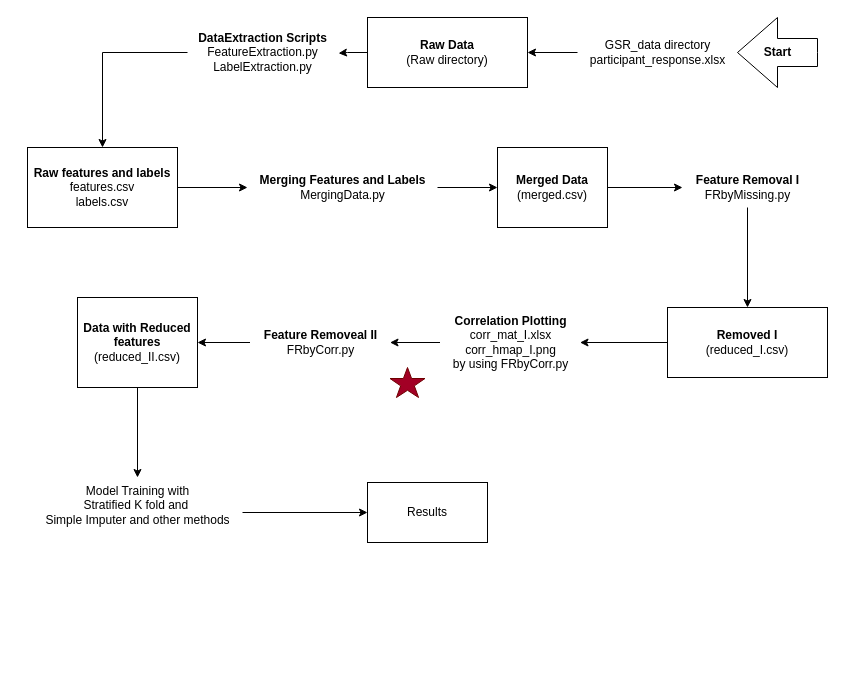
Earlier version of the draw.io diagram ViewPipeline/pipeline.drawio (vickvey/Project-PPG). Source tidied: cells renumbered, new cells numbered last; positions are measured from the earlier drawing's top-left corner, leaving out a move shared by most shapes. Both pictures are drawn from the tidied source at 100%, with x=0, y=0 at pixel (27, 17).
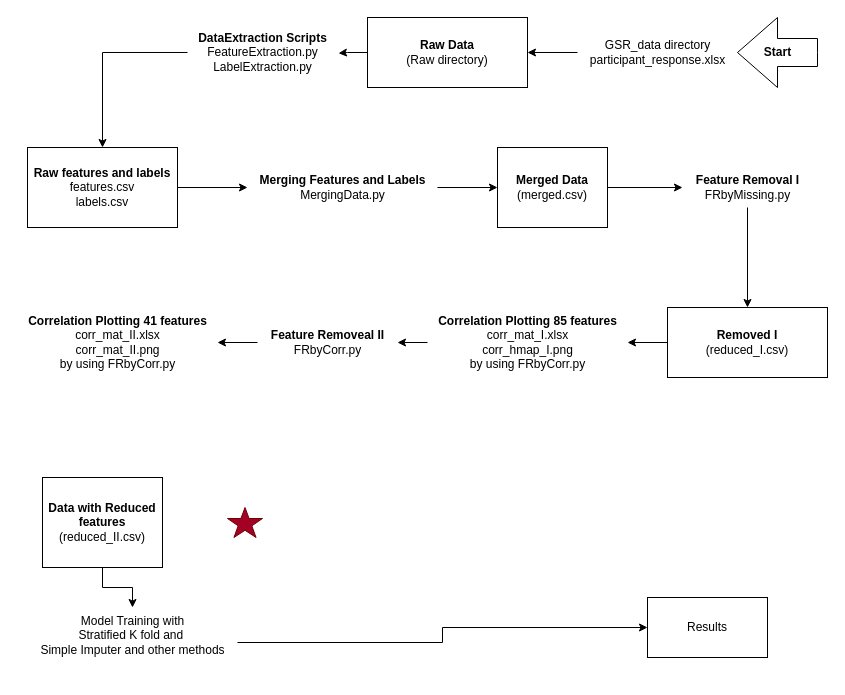
After the change.

Commit message (it also covers changes not shown here):
changed FRbyCorr.py to add afterplots for 41 features corr_mat_II.png etc.

The edit, as a diff of the source:
```diff
@@
-    <mxCell id="18" style="edgeStyle=orthogonalEdgeStyle;rounded=0;jettySize=auto;html=1;entryX=1;entryY=0.5;entryDx=0;entryDy=0;" parent="1" edge="1" source="19" target="21">
-      <mxGeometry relative="1" as="geometry" />
-    </mxCell>
+    <mxCell id="29" style="edgeStyle=orthogonalEdgeStyle;rounded=0;jettySize=auto;html=1;" parent="1" edge="1" source="19" target="30">
+      <mxGeometry relative="1" as="geometry" />
+    </mxCell>
     <mxCell id="19" value="&lt;b&gt;Feature Removeal II&lt;/b&gt;&lt;div&gt;FRbyCorr.py&lt;/div&gt;" style="text;html=1;align=center;verticalAlign=middle;points=[];strokeColor=none;fillColor=none;" parent="1" vertex="1">
-      <mxGeometry x="222.5" y="305" width="140" height="40" as="geometry" />
+      <mxGeometry x="230" y="305" width="140" height="40" as="geometry" />
     </mxCell>
@@
     <mxCell id="21" value="&lt;b&gt;Data with Reduced features&lt;/b&gt;&lt;div&gt;(reduced_II.csv)&lt;/div&gt;" style="whiteSpace=wrap;html=1;" parent="1" vertex="1">
-      <mxGeometry x="50" y="280" width="120" height="90" as="geometry" />
+      <mxGeometry x="15" y="460" width="120" height="90" as="geometry" />
     </mxCell>
@@
     <mxCell id="23" value="Model Training with&lt;div&gt;Stratified K fold and&amp;nbsp;&lt;/div&gt;&lt;div&gt;Simple Imputer and other methods&lt;/div&gt;&lt;div&gt;&lt;br&gt;&lt;/div&gt;" style="text;html=1;align=center;verticalAlign=middle;points=[];strokeColor=none;fillColor=none;" parent="1" vertex="1">
-      <mxGeometry x="5" y="460" width="210" height="70" as="geometry" />
+      <mxGeometry y="590" width="210" height="70" as="geometry" />
     </mxCell>
     <mxCell id="24" value="Results" style="whiteSpace=wrap;html=1;" parent="1" vertex="1">
-      <mxGeometry x="340" y="465" width="120" height="60" as="geometry" />
+      <mxGeometry x="620" y="580" width="120" height="60" as="geometry" />
     </mxCell>
@@
     <mxCell id="26" style="verticalLabelPosition=bottom;verticalAlign=top;html=1;shape=mxgraph.basic.star;fillColor=#a20025;fontColor=#ffffff;strokeColor=#6F0000;" parent="1" vertex="1">
-      <mxGeometry x="362.5" y="350" width="35" height="30" as="geometry" />
+      <mxGeometry x="200" y="490" width="35" height="30" as="geometry" />
     </mxCell>
@@
-    <mxCell id="28" value="&lt;b&gt;Correlation Plotting&lt;/b&gt;&lt;div&gt;corr_mat_I.xlsx&lt;/div&gt;&lt;div&gt;corr_hmap_I.png&lt;/div&gt;&lt;div&gt;by using FRbyCorr.py&lt;/div&gt;" style="text;html=1;align=center;verticalAlign=middle;points=[];strokeColor=none;fillColor=none;" parent="1" vertex="1">
-      <mxGeometry x="412.5" y="290" width="140" height="70" as="geometry" />
+    <mxCell id="28" value="&lt;b&gt;Correlation Plotting 85 features&lt;/b&gt;&lt;div&gt;corr_mat_I.xlsx&lt;/div&gt;&lt;div&gt;corr_hmap_I.png&lt;/div&gt;&lt;div&gt;by using FRbyCorr.py&lt;/div&gt;" style="text;html=1;align=center;verticalAlign=middle;points=[];strokeColor=none;fillColor=none;" parent="1" vertex="1">
+      <mxGeometry x="400" y="290" width="200" height="70" as="geometry" />
     </mxCell>
+    <mxCell id="30" value="&lt;b&gt;Correlation Plotting 41 features&lt;/b&gt;&lt;div&gt;corr_mat_II.xlsx&lt;/div&gt;&lt;div&gt;corr_mat_II.png&lt;/div&gt;&lt;div&gt;by using FRbyCorr.py&lt;/div&gt;" style="text;html=1;align=center;verticalAlign=middle;points=[];strokeColor=none;fillColor=none;" parent="1" vertex="1">
+      <mxGeometry x="-10" y="290" width="200" height="70" as="geometry" />
+    </mxCell>
```
